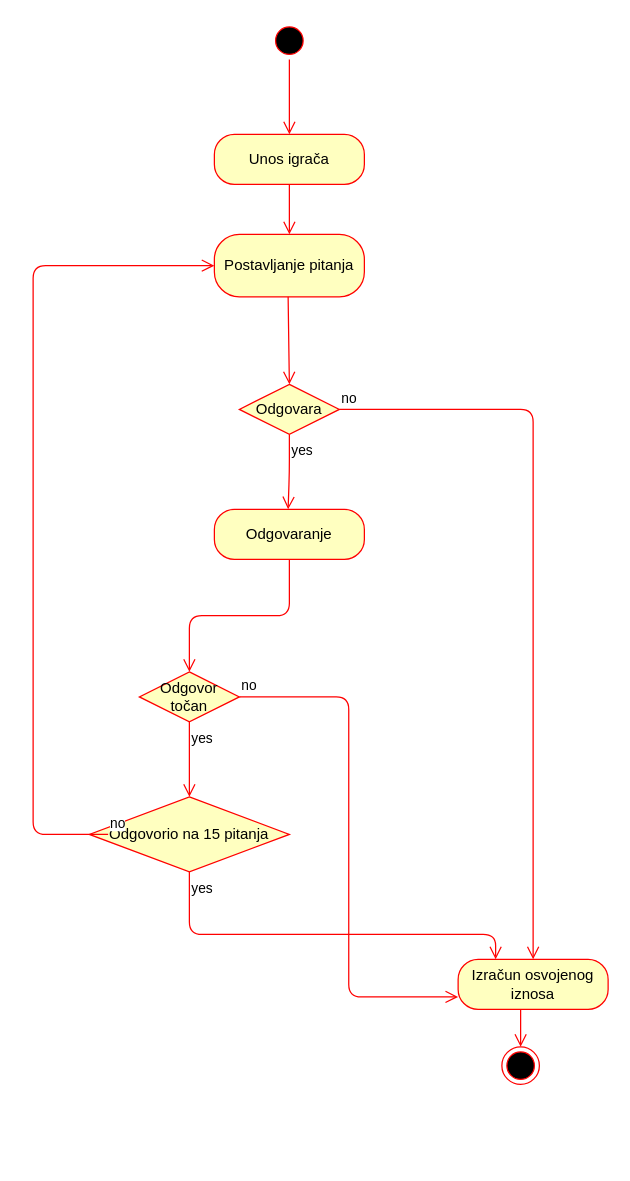
Earlier version of the draw.io diagram page "Activity: Igranje Milijunaša" (2 of 8) of Untitled Diagram.drawio (Jasna-12345/Milijunas). Source tidied: cells renumbered, new cells numbered last; positions are measured from the earlier drawing's top-left corner, leaving out a move shared by most shapes. Both pictures are drawn from the tidied source at 125%, with x=0, y=0 at pixel (32, 21).
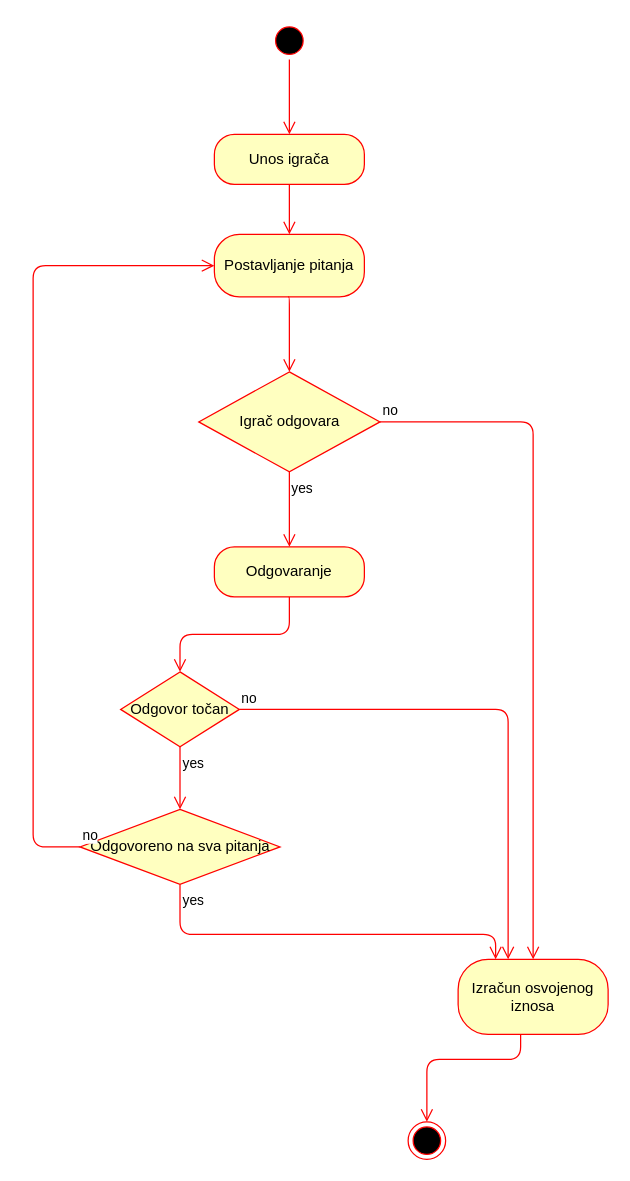
After the change.

Unchanged cells that the change refers to:
```xml
<mxCell id="7" value="Postavljanje pitanja" style="rounded=1;whiteSpace=wrap;html=1;arcSize=40;fontColor=#000000;fillColor=#ffffc0;strokeColor=#ff0000;" parent="1" vertex="1">
  <mxGeometry x="145" y="170" width="120" height="50" as="geometry" />
</mxCell>
```

Change to the diagram source:
```diff
@@
     <mxCell id="4" style="ellipse;html=1;shape=endState;fillColor=#000000;strokeColor=#ff0000;" parent="1" vertex="1">
-      <mxGeometry x="375" y="820" width="30" height="30" as="geometry" />
+      <mxGeometry x="300" y="880" width="30" height="30" as="geometry" />
     </mxCell>
@@
-    <mxCell id="8" value="Odgovara" style="rhombus;whiteSpace=wrap;html=1;fillColor=#ffffc0;strokeColor=#ff0000;" parent="1" vertex="1">
-      <mxGeometry x="165" y="290" width="80" height="40" as="geometry" />
+    <mxCell id="8" value="Igrač odgovara" style="rhombus;whiteSpace=wrap;html=1;fillColor=#ffffc0;strokeColor=#ff0000;" parent="1" vertex="1">
+      <mxGeometry x="132.5" y="280" width="145" height="80" as="geometry" />
     </mxCell>
@@
-    <mxCell id="10" value="yes" style="edgeStyle=orthogonalEdgeStyle;html=1;align=left;verticalAlign=top;endArrow=open;endSize=8;strokeColor=#ff0000;" parent="1" edge="1" source="8">
-      <mxGeometry x="-1" relative="1" as="geometry">
-        <mxPoint x="204" y="390" as="targetPoint" />
-      </mxGeometry>
+    <mxCell id="10" value="yes" style="edgeStyle=orthogonalEdgeStyle;html=1;align=left;verticalAlign=top;endArrow=open;endSize=8;strokeColor=#ff0000;entryX=0.5;entryY=0;entryDx=0;entryDy=0;" parent="1" edge="1" source="8" target="14">
+      <mxGeometry x="-1" relative="1" as="geometry" />
     </mxCell>
     <mxCell id="11" style="edgeStyle=orthogonalEdgeStyle;html=1;verticalAlign=bottom;endArrow=open;endSize=8;strokeColor=#ff0000;entryX=0.5;entryY=0;entryDx=0;entryDy=0;" parent="1" edge="1" target="8">
       <mxGeometry relative="1" as="geometry">
         <mxPoint x="204" y="220" as="sourcePoint" />
+        <Array as="points">
+          <mxPoint x="205" y="220" />
+        </Array>
       </mxGeometry>
     </mxCell>
     <mxCell id="12" value="Izračun osvojenog iznosa" style="rounded=1;whiteSpace=wrap;html=1;arcSize=40;fontColor=#000000;fillColor=#ffffc0;strokeColor=#ff0000;" parent="1" vertex="1">
-      <mxGeometry x="340" y="750" width="120" height="40" as="geometry" />
+      <mxGeometry x="340" y="750" width="120" height="60" as="geometry" />
     </mxCell>
     <mxCell id="13" style="edgeStyle=orthogonalEdgeStyle;html=1;verticalAlign=bottom;endArrow=open;endSize=8;strokeColor=#ff0000;entryX=0.5;entryY=0;entryDx=0;entryDy=0;" parent="1" edge="1" source="12" target="4">
       <mxGeometry relative="1" as="geometry">
         <Array as="points">
-          <mxPoint x="390" y="790" />
-          <mxPoint x="390" y="790" />
+          <mxPoint x="390" y="830" />
+          <mxPoint x="315" y="830" />
         </Array>
       </mxGeometry>
     </mxCell>
     <mxCell id="14" value="Odgovaranje&lt;br&gt;" style="rounded=1;whiteSpace=wrap;html=1;arcSize=40;fontColor=#000000;fillColor=#ffffc0;strokeColor=#ff0000;" parent="1" vertex="1">
-      <mxGeometry x="145" y="390" width="120" height="40" as="geometry" />
+      <mxGeometry x="145" y="420" width="120" height="40" as="geometry" />
     </mxCell>
@@
     <mxCell id="16" value="Odgovor točan" style="rhombus;whiteSpace=wrap;html=1;fillColor=#ffffc0;strokeColor=#ff0000;" parent="1" vertex="1">
-      <mxGeometry x="85" y="520" width="80" height="40" as="geometry" />
+      <mxGeometry x="70" y="520" width="95" height="60" as="geometry" />
     </mxCell>
-    <mxCell id="17" value="no" style="edgeStyle=orthogonalEdgeStyle;html=1;align=left;verticalAlign=bottom;endArrow=open;endSize=8;strokeColor=#ff0000;entryX=0;entryY=0.75;entryDx=0;entryDy=0;" parent="1" edge="1" source="16" target="12">
-      <mxGeometry x="-1" relative="1" as="geometry" />
+    <mxCell id="17" value="no" style="edgeStyle=orthogonalEdgeStyle;html=1;align=left;verticalAlign=bottom;endArrow=open;endSize=8;strokeColor=#ff0000;" parent="1" edge="1" source="16" target="12">
+      <mxGeometry x="-1" relative="1" as="geometry">
+        <Array as="points">
+          <mxPoint x="380" y="550" />
+        </Array>
+      </mxGeometry>
     </mxCell>
-    <mxCell id="18" value="yes" style="edgeStyle=orthogonalEdgeStyle;html=1;align=left;verticalAlign=top;endArrow=open;endSize=8;strokeColor=#ff0000;" parent="1" edge="1" source="16">
-      <mxGeometry x="-1" relative="1" as="geometry">
-        <mxPoint x="125" y="620" as="targetPoint" />
-      </mxGeometry>
+    <mxCell id="18" value="yes" style="edgeStyle=orthogonalEdgeStyle;html=1;align=left;verticalAlign=top;endArrow=open;endSize=8;strokeColor=#ff0000;entryX=0.5;entryY=0;entryDx=0;entryDy=0;" parent="1" edge="1" source="16" target="19">
+      <mxGeometry x="-1" relative="1" as="geometry" />
     </mxCell>
-    <mxCell id="19" value="Odgovorio na 15 pitanja" style="rhombus;whiteSpace=wrap;html=1;fillColor=#ffffc0;strokeColor=#ff0000;rotation=0;" parent="1" vertex="1">
-      <mxGeometry x="45" y="620" width="160" height="60" as="geometry" />
+    <mxCell id="19" value="Odgovoreno na sva pitanja" style="rhombus;whiteSpace=wrap;html=1;fillColor=#ffffc0;strokeColor=#ff0000;rotation=0;" parent="1" vertex="1">
+      <mxGeometry x="37.5" y="630" width="160" height="60" as="geometry" />
     </mxCell>
-    <mxCell id="20" value="no" style="edgeStyle=orthogonalEdgeStyle;html=1;align=left;verticalAlign=bottom;endArrow=open;endSize=8;strokeColor=#ff0000;entryX=0;entryY=0.5;entryDx=0;entryDy=0;" parent="1" edge="1" target="7">
+    <mxCell id="20" value="no" style="edgeStyle=orthogonalEdgeStyle;html=1;align=left;verticalAlign=bottom;endArrow=open;endSize=8;strokeColor=#ff0000;entryX=0;entryY=0.5;entryDx=0;entryDy=0;exitX=0;exitY=0.5;exitDx=0;exitDy=0;" parent="1" edge="1" source="19" target="7">
       <mxGeometry x="-1" relative="1" as="geometry">
-        <mxPoint x="60" y="650" as="sourcePoint" />
         <Array as="points">
-          <mxPoint y="650" />
+          <mxPoint y="660" />
           <mxPoint y="195" />
         </Array>
       </mxGeometry>
     </mxCell>
     <mxCell id="21" value="yes" style="edgeStyle=orthogonalEdgeStyle;html=1;align=left;verticalAlign=top;endArrow=open;endSize=8;strokeColor=#ff0000;entryX=0.25;entryY=0;entryDx=0;entryDy=0;exitX=0.5;exitY=1;exitDx=0;exitDy=0;" parent="1" edge="1" source="19" target="12">
       <mxGeometry x="-1" relative="1" as="geometry">
         <Array as="points">
-          <mxPoint x="125" y="730" />
+          <mxPoint x="118" y="730" />
           <mxPoint x="370" y="730" />
         </Array>
       </mxGeometry>
     </mxCell>
```
